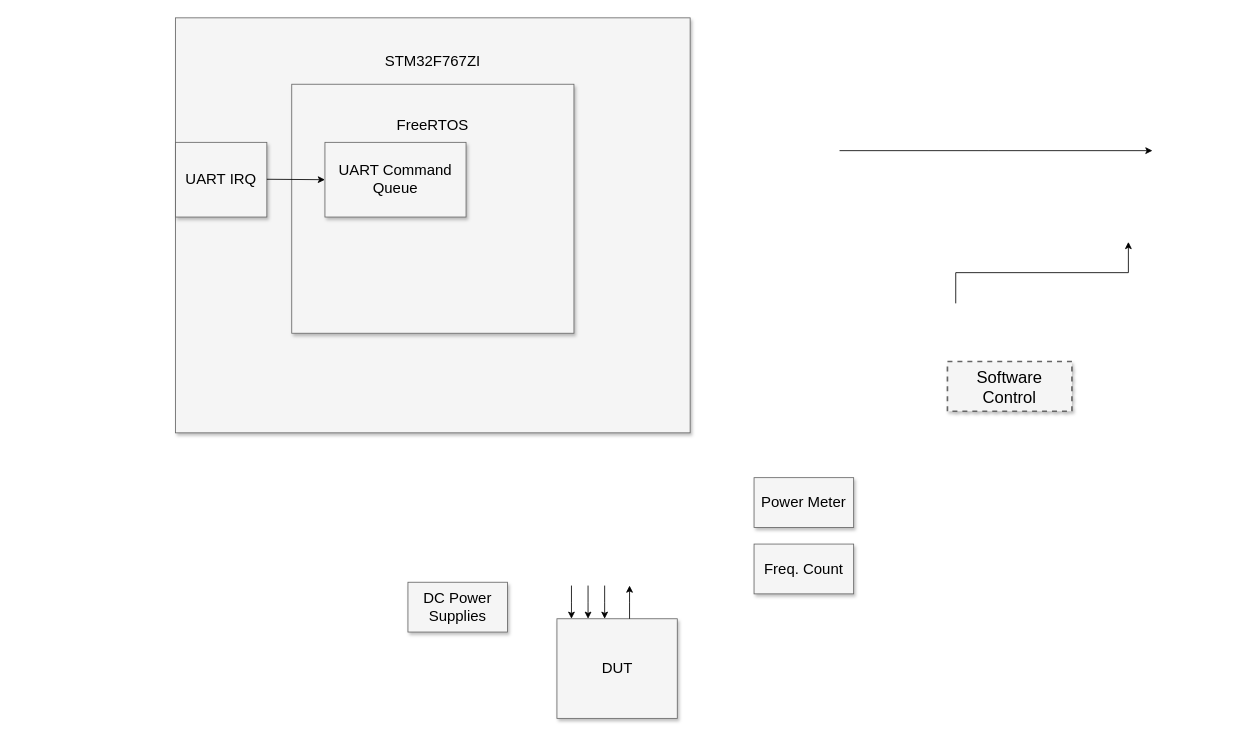
Earlier version of the draw.io diagram can_f767_2_block_diagram.drawio (benjaminkravets/STM32F767ZI). Source tidied: cells renumbered, new cells numbered last; positions are measured from the earlier drawing's top-left corner, leaving out a move shared by most shapes. Both pictures are drawn from the tidied source at 83%, with x=0, y=0 at pixel (175, 17).
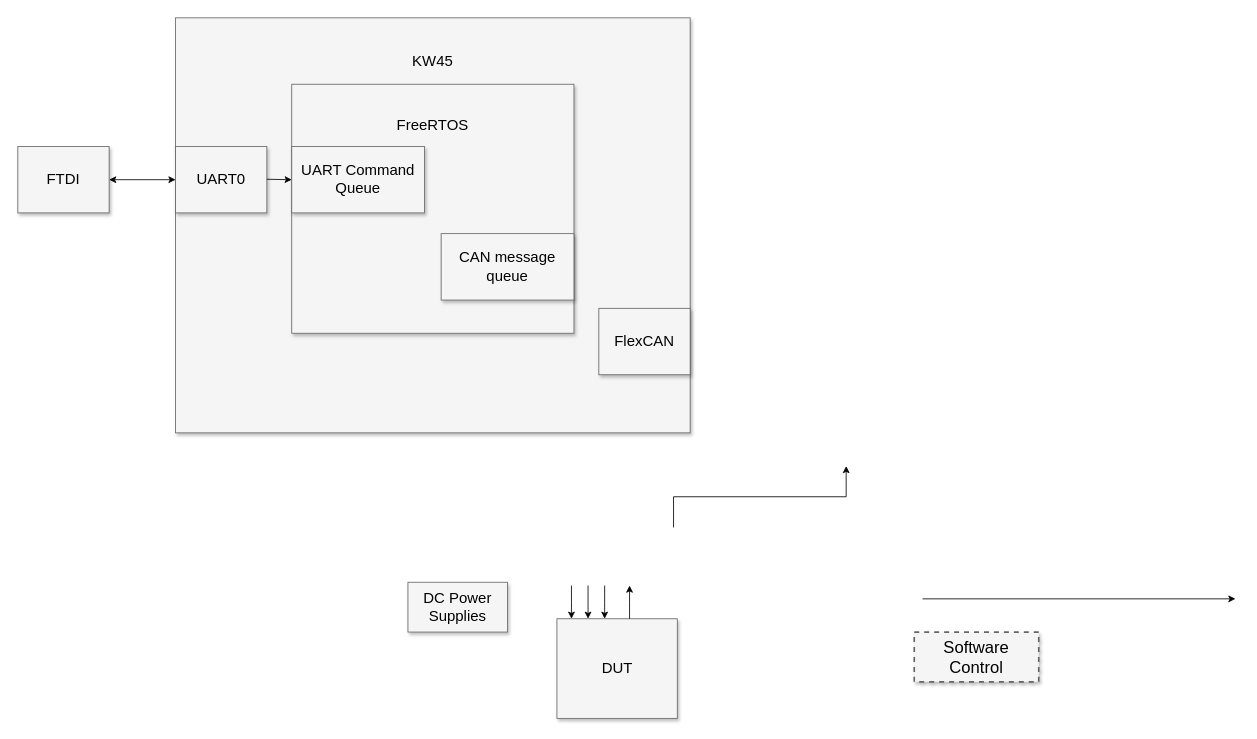
The same page after the edit.

What changed in the source:
```diff
@@
     <mxCell id="2" value="Software Control" style="whiteSpace=wrap;html=1;shadow=1;fontSize=20;fillColor=#f5f5f5;strokeColor=#666666;strokeWidth=2;dashed=1;" parent="1" vertex="1">
-      <mxGeometry x="930" y="414" width="150" height="60" as="geometry" />
+      <mxGeometry x="890" y="740" width="150" height="60" as="geometry" />
     </mxCell>
     <mxCell id="3" style="edgeStyle=elbowEdgeStyle;rounded=0;html=1;startArrow=none;startFill=0;jettySize=auto;orthogonalLoop=1;fontSize=18;elbow=vertical;" parent="1" edge="1">
       <mxGeometry relative="1" as="geometry">
-        <mxPoint x="940" y="344" as="sourcePoint" />
-        <mxPoint x="1148" y="270" as="targetPoint" />
+        <mxPoint x="600" y="614" as="sourcePoint" />
+        <mxPoint x="808" y="540" as="targetPoint" />
       </mxGeometry>
     </mxCell>
-    <mxCell id="4" value="Power Meter" style="whiteSpace=wrap;html=1;shadow=1;fontSize=18;fillColor=#f5f5f5;strokeColor=#666666;" parent="1" vertex="1">
-      <mxGeometry x="697" y="554" width="120" height="60" as="geometry" />
-    </mxCell>
-    <mxCell id="5" value="Freq. Count" style="whiteSpace=wrap;html=1;shadow=1;fontSize=18;fillColor=#f5f5f5;strokeColor=#666666;" parent="1" vertex="1">
-      <mxGeometry x="697" y="634" width="120" height="60" as="geometry" />
-    </mxCell>
     <mxCell id="6" style="edgeStyle=elbowEdgeStyle;rounded=0;html=1;startArrow=none;startFill=0;jettySize=auto;orthogonalLoop=1;fontSize=18;elbow=vertical;" parent="1" edge="1">
       <mxGeometry relative="1" as="geometry">
-        <mxPoint x="800" y="160" as="sourcePoint" />
-        <mxPoint x="1177" y="160" as="targetPoint" />
+        <mxPoint x="900" y="700" as="sourcePoint" />
+        <mxPoint x="1277" y="700" as="targetPoint" />
         <Array as="points">
-          <mxPoint x="980" y="160" />
+          <mxPoint x="1080" y="700" />
         </Array>
       </mxGeometry>
     </mxCell>
@@
-    <mxCell id="13" value="STM32F767ZI&lt;div&gt;&lt;br&gt;&lt;/div&gt;&lt;div&gt;&lt;br&gt;&lt;/div&gt;" style="whiteSpace=wrap;html=1;shadow=1;fontSize=18;fillColor=#f5f5f5;strokeColor=#666666;spacing=2;spacingTop=0;spacingBottom=350;" parent="1" vertex="1">
+    <mxCell id="13" value="KW45&lt;br&gt;&lt;div&gt;&lt;br&gt;&lt;/div&gt;&lt;div&gt;&lt;br&gt;&lt;/div&gt;" style="whiteSpace=wrap;html=1;shadow=1;fontSize=18;fillColor=#f5f5f5;strokeColor=#666666;spacing=2;spacingTop=0;spacingBottom=350;" parent="1" vertex="1">
       <mxGeometry width="620" height="500" as="geometry" />
     </mxCell>
@@
-    <mxCell id="15" value="UART IRQ" style="whiteSpace=wrap;html=1;shadow=1;fontSize=18;fillColor=#f5f5f5;strokeColor=#666666;" parent="1" vertex="1">
-      <mxGeometry y="150" width="110" height="90" as="geometry" />
+    <mxCell id="15" value="UART0" style="whiteSpace=wrap;html=1;shadow=1;fontSize=18;fillColor=#f5f5f5;strokeColor=#666666;" parent="1" vertex="1">
+      <mxGeometry y="155" width="110" height="80" as="geometry" />
     </mxCell>
     <mxCell id="16" value="UART Command Queue" style="whiteSpace=wrap;html=1;shadow=1;fontSize=18;fillColor=#f5f5f5;strokeColor=#666666;" parent="1" vertex="1">
-      <mxGeometry x="180" y="150" width="170" height="90" as="geometry" />
+      <mxGeometry x="140" y="155" width="160" height="80" as="geometry" />
     </mxCell>
@@
+    <mxCell id="18" value="CAN message queue" style="whiteSpace=wrap;html=1;shadow=1;fontSize=18;fillColor=#f5f5f5;strokeColor=#666666;" parent="1" vertex="1">
+      <mxGeometry x="320" y="260" width="160" height="80" as="geometry" />
+    </mxCell>
+    <mxCell id="19" value="FTDI" style="whiteSpace=wrap;html=1;shadow=1;fontSize=18;fillColor=#f5f5f5;strokeColor=#666666;" parent="1" vertex="1">
+      <mxGeometry x="-190" y="155" width="110" height="80" as="geometry" />
+    </mxCell>
+    <mxCell id="20" style="endArrow=classic;startArrow=classic;html=1;rounded=0;entryX=0;entryY=0.5;entryDx=0;entryDy=0;exitX=1;exitY=0.5;exitDx=0;exitDy=0;" parent="1" edge="1" source="19" target="15">
+      <mxGeometry relative="1" as="geometry" />
+    </mxCell>
+    <mxCell id="21" value="FlexCAN" style="whiteSpace=wrap;html=1;shadow=1;fontSize=18;fillColor=#f5f5f5;strokeColor=#666666;" parent="1" vertex="1">
+      <mxGeometry x="510" y="350" width="110" height="80" as="geometry" />
+    </mxCell>
```
